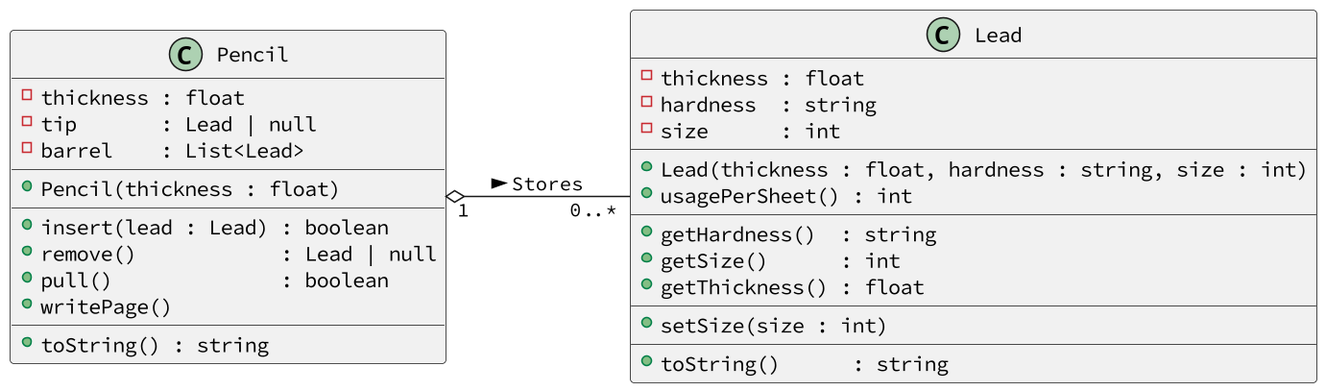
Earlier version of the PlantUML export base/lapiseira/diagrama.png (qxcodepoo/arcade). Source of this version:
```plantuml
@startuml
skinparam defaultFontName Hasklig
skinparam dpi 150
left to right direction
class Lead {
    - thickness : float
    - hardness  : string
    - size      : int
    __
    + Lead(thickness : float, hardness : string, size : int)
    + usagePerSheet() : int
    __
    + getHardness()  : string
    + getSize()      : int
    + getThickness() : float
    __
    + setSize(size : int)
    __
    + toString()      : string
}
class Pencil {
    - thickness : float
    - tip       : Lead | null
    - barrel    : List<Lead>
    __
    + Pencil(thickness : float)
    __
    + insert(lead : Lead) : boolean
    + remove()            : Lead | null
    + pull()              : boolean
    + writePage()
    __
    + toString() : string
}
Pencil "1" o--  "0..*" Lead : > Stores
@enduml
```
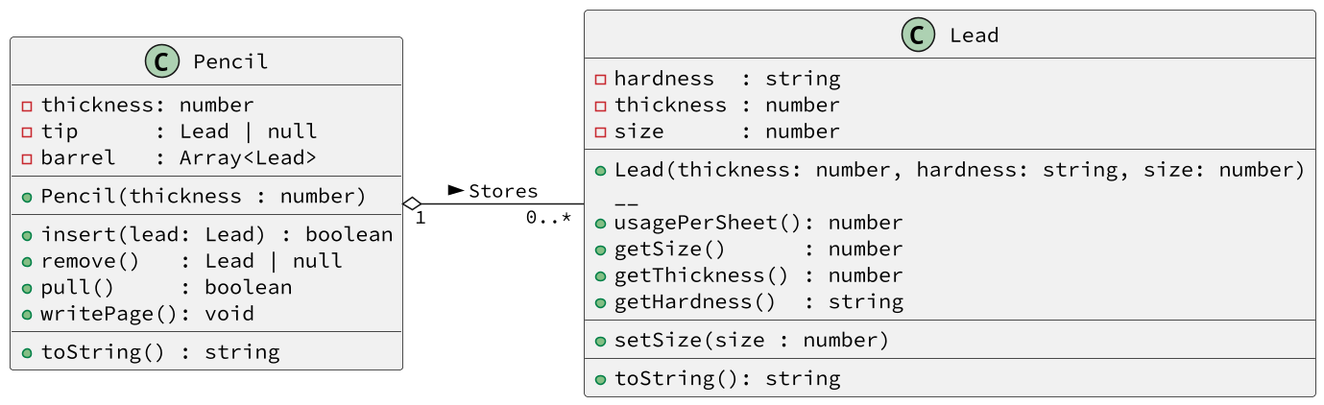
The same diagram one commit later.

What changed in the source:
```diff
@@ -1,34 +1,34 @@
 @startuml
-skinparam defaultFontName Hasklig
+skinparam defaultFontName "Source Code Pro"
 skinparam dpi 150
 left to right direction
 class Lead {
-    - thickness : float
     - hardness  : string
-    - size      : int
+    - thickness : number
+    - size      : number
     __
-    + Lead(thickness : float, hardness : string, size : int)
-    + usagePerSheet() : int
+    + Lead(thickness: number, hardness: string, size: number)
     __
+    + usagePerSheet(): number
+    + getSize()      : number
+    + getThickness() : number
     + getHardness()  : string
-    + getSize()      : int
-    + getThickness() : float
     __
-    + setSize(size : int)
+    + setSize(size : number)
     __
-    + toString()      : string
+    + toString(): string
 }
 class Pencil {
-    - thickness : float
-    - tip       : Lead | null
-    - barrel    : List<Lead>
+    - thickness: number
+    - tip      : Lead | null
+    - barrel   : Array<Lead>
     __
-    + Pencil(thickness : float)
+    + Pencil(thickness : number)
     __
-    + insert(lead : Lead) : boolean
-    + remove()            : Lead | null
-    + pull()              : boolean
-    + writePage()
+    + insert(lead: Lead) : boolean
+    + remove()   : Lead | null
+    + pull()     : boolean
+    + writePage(): void
     __
     + toString() : string
 }
```
